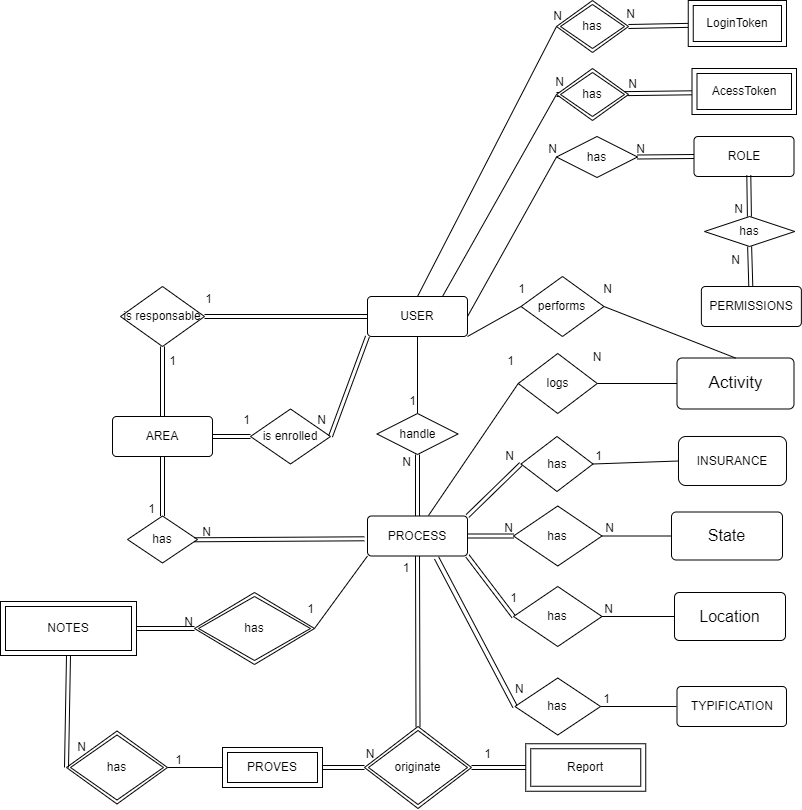
Before: Docs/fase-beta-relatorio/figures/modelo-ea-sem-atributos.png, a diagram exported from draw.io (Eduubez/IPW). Source tidied: cells renumbered, new cells last; positions are measured from the earlier drawing's top-left corner, leaving out a move shared by most shapes.
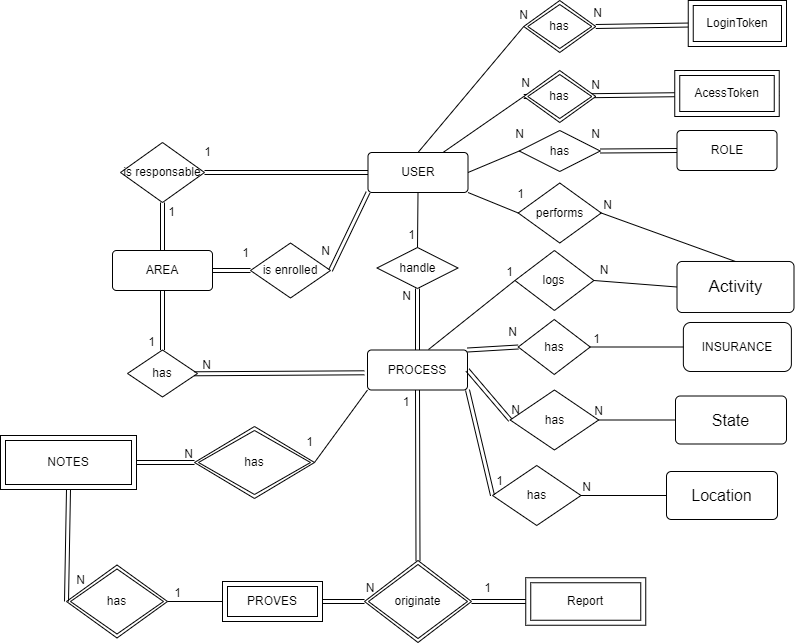
Later version of the same file.

What changed in the source:
```diff
@@ -3,10 +3,10 @@
     <mxCell id="0" />
     <mxCell id="1" parent="0" />
     <mxCell id="2" value="USER" style="rounded=1;arcSize=10;whiteSpace=wrap;html=1;align=center;" parent="1" vertex="1">
-      <mxGeometry x="367" y="296" width="100" height="40" as="geometry" />
+      <mxGeometry x="367.5" y="318" width="100" height="40" as="geometry" />
     </mxCell>
     <mxCell id="3" value="ROLE" style="rounded=1;arcSize=10;whiteSpace=wrap;html=1;align=center;" parent="1" vertex="1">
-      <mxGeometry x="693.5" y="136" width="100" height="40" as="geometry" />
+      <mxGeometry x="676.5" y="296" width="100" height="40" as="geometry" />
     </mxCell>
     <mxCell id="4" value="PROCESS" style="rounded=1;arcSize=10;whiteSpace=wrap;html=1;align=center;" parent="1" vertex="1">
       <mxGeometry x="367" y="515.5" width="100" height="40" as="geometry" />
@@ -18,7 +18,7 @@
       <mxGeometry x="222" y="747" width="100" height="40" as="geometry" />
     </mxCell>
     <mxCell id="7" value="has" style="shape=rhombus;perimeter=rhombusPerimeter;whiteSpace=wrap;html=1;align=center;" parent="1" vertex="1">
-      <mxGeometry x="556" y="136" width="81" height="41" as="geometry" />
+      <mxGeometry x="518.8" y="296" width="81" height="41" as="geometry" />
     </mxCell>
     <mxCell id="8" value="handle" style="shape=rhombus;perimeter=rhombusPerimeter;whiteSpace=wrap;html=1;align=center;" parent="1" vertex="1">
       <mxGeometry x="376.5" y="413" width="81" height="41" as="geometry" />
@@ -51,7 +51,9 @@
       <mxGeometry relative="1" as="geometry" />
     </mxCell>
     <mxCell id="18" value="N" style="html=1;whiteSpace=wrap;align=right;verticalAlign=bottom;" parent="17" vertex="1">
-      <mxGeometry x="1" relative="1" as="geometry" />
+      <mxGeometry x="1" relative="1" as="geometry">
+        <mxPoint x="11" y="-2" as="offset" />
+      </mxGeometry>
     </mxCell>
     <mxCell id="19" style="endArrow=none;html=1;rounded=0;exitX=0;exitY=0.5;exitDx=0;exitDy=0;entryX=1;entryY=0.5;entryDx=0;entryDy=0;" parent="1" edge="1" source="7" target="2">
       <mxGeometry relative="1" as="geometry" />
@@ -62,30 +64,6 @@
     <mxCell id="21" style="shape=link;html=1;rounded=0;exitX=0.5;exitY=1;exitDx=0;exitDy=0;entryX=0.5;entryY=0;entryDx=0;entryDy=0;" parent="1" edge="1" source="8" target="4">
       <mxGeometry relative="1" as="geometry" />
     </mxCell>
-    <mxCell id="22" value="TYPIFICATION" style="rounded=1;arcSize=10;whiteSpace=wrap;html=1;align=center;" parent="1" vertex="1">
-      <mxGeometry x="676.5" y="686" width="109.5" height="40" as="geometry" />
-    </mxCell>
-    <mxCell id="23" value="has" style="shape=rhombus;perimeter=rhombusPerimeter;whiteSpace=wrap;html=1;align=center;rotation=0;" parent="1" vertex="1">
-      <mxGeometry x="514.4" y="677.5" width="85.6" height="57" as="geometry" />
-    </mxCell>
-    <mxCell id="24" style="endArrow=none;html=1;rounded=0;exitX=1;exitY=0.5;exitDx=0;exitDy=0;" parent="1" edge="1" source="23">
-      <mxGeometry relative="1" as="geometry">
-        <mxPoint x="676" y="706" as="targetPoint" />
-      </mxGeometry>
-    </mxCell>
-    <mxCell id="25" value="1" style="html=1;whiteSpace=wrap;align=right;verticalAlign=bottom;" parent="24" vertex="1">
-      <mxGeometry x="1" relative="1" as="geometry">
-        <mxPoint x="-65" as="offset" />
-      </mxGeometry>
-    </mxCell>
-    <mxCell id="26" style="shape=link;html=1;rounded=0;entryX=0;entryY=0.5;entryDx=0;entryDy=0;width=-4.7368421052631575;exitX=1.001;exitY=0.147;exitDx=0;exitDy=0;exitPerimeter=0;" parent="1" edge="1" source="10" target="23">
-      <mxGeometry relative="1" as="geometry" />
-    </mxCell>
-    <mxCell id="27" value="N" style="html=1;whiteSpace=wrap;align=left;verticalAlign=bottom;" parent="26" vertex="1">
-      <mxGeometry x="-1" relative="1" as="geometry">
-        <mxPoint x="77" y="139" as="offset" />
-      </mxGeometry>
-    </mxCell>
     <mxCell id="28" style="shape=link;html=1;rounded=0;exitX=0.5;exitY=1;exitDx=0;exitDy=0;entryX=0.5;entryY=0;entryDx=0;entryDy=0;" parent="1" edge="1" source="20" target="29">
       <mxGeometry relative="1" as="geometry" />
     </mxCell>
@@ -93,7 +71,7 @@
       <mxGeometry x="127" y="515.5" width="70" height="47" as="geometry" />
     </mxCell>
     <mxCell id="30" value="is responsable" style="shape=rhombus;perimeter=rhombusPerimeter;whiteSpace=wrap;html=1;align=center;" parent="1" vertex="1">
-      <mxGeometry x="120" y="286" width="84" height="60" as="geometry" />
+      <mxGeometry x="120" y="308" width="84" height="60" as="geometry" />
     </mxCell>
     <mxCell id="31" style="shape=link;html=1;rounded=0;exitX=0.5;exitY=0;exitDx=0;exitDy=0;entryX=0.5;entryY=1;entryDx=0;entryDy=0;" parent="1" edge="1" source="20" target="30">
       <mxGeometry relative="1" as="geometry" />
@@ -104,23 +82,6 @@
     <mxCell id="33" value="originate" style="shape=rhombus;double=1;perimeter=rhombusPerimeter;whiteSpace=wrap;html=1;align=center;" parent="1" vertex="1">
       <mxGeometry x="364" y="726" width="107" height="82" as="geometry" />
     </mxCell>
-    <mxCell id="34" value="PERMISSIONS" style="rounded=1;arcSize=10;whiteSpace=wrap;html=1;align=center;" parent="1" vertex="1">
-      <mxGeometry x="700.9" y="286" width="100" height="40" as="geometry" />
-    </mxCell>
-    <mxCell id="35" value="has" style="shape=rhombus;perimeter=rhombusPerimeter;whiteSpace=wrap;html=1;align=center;" parent="1" vertex="1">
-      <mxGeometry x="704" y="216" width="90.2" height="30" as="geometry" />
-    </mxCell>
-    <mxCell id="36" style="shape=link;html=1;rounded=0;entryX=0.548;entryY=0.972;entryDx=0;entryDy=0;entryPerimeter=0;" parent="1" edge="1" source="35" target="3">
-      <mxGeometry relative="1" as="geometry" />
-    </mxCell>
-    <mxCell id="37" style="shape=link;html=1;rounded=0;entryX=0.5;entryY=1;entryDx=0;entryDy=0;" parent="1" edge="1" source="34" target="35">
-      <mxGeometry relative="1" as="geometry" />
-    </mxCell>
-    <mxCell id="38" value="N" style="html=1;whiteSpace=wrap;align=right;verticalAlign=bottom;" parent="37" vertex="1">
-      <mxGeometry x="1" relative="1" as="geometry">
-        <mxPoint x="-9" y="21" as="offset" />
-      </mxGeometry>
-    </mxCell>
     <mxCell id="39" value="is enrolled" style="shape=rhombus;perimeter=rhombusPerimeter;whiteSpace=wrap;html=1;align=center;" parent="1" vertex="1">
       <mxGeometry x="250" y="408.5" width="80" height="55" as="geometry" />
     </mxCell>
@@ -135,21 +96,21 @@
     </mxCell>
     <mxCell id="43" value="N" style="html=1;whiteSpace=wrap;align=right;verticalAlign=bottom;" parent="42" vertex="1">
       <mxGeometry x="1" relative="1" as="geometry">
-        <mxPoint x="-41" y="111" as="offset" />
+        <mxPoint x="-37" y="87" as="offset" />
       </mxGeometry>
     </mxCell>
     <mxCell id="44" value="INSURANCE" style="rounded=1;whiteSpace=wrap;html=1;" parent="1" vertex="1">
-      <mxGeometry x="678" y="436" width="108" height="49" as="geometry" />
+      <mxGeometry x="682.9" y="488" width="108" height="49" as="geometry" />
     </mxCell>
     <mxCell id="45" value="has" style="rhombus;whiteSpace=wrap;html=1;" parent="1" vertex="1">
-      <mxGeometry x="520.5" y="436" width="72" height="55" as="geometry" />
+      <mxGeometry x="517.8" y="485" width="72" height="55" as="geometry" />
     </mxCell>
     <mxCell id="46" style="shape=link;html=1;rounded=0;exitX=0;exitY=0.5;exitDx=0;exitDy=0;entryX=1;entryY=0;entryDx=0;entryDy=0;" parent="1" edge="1" source="45" target="4">
       <mxGeometry relative="1" as="geometry" />
     </mxCell>
     <mxCell id="47" value="N" style="html=1;whiteSpace=wrap;align=right;verticalAlign=bottom;" parent="46" vertex="1">
       <mxGeometry x="1" relative="1" as="geometry">
-        <mxPoint x="47" y="-52" as="offset" />
+        <mxPoint x="51" y="-10" as="offset" />
       </mxGeometry>
     </mxCell>
     <mxCell id="48" style="endArrow=none;html=1;rounded=0;exitX=0;exitY=0.5;exitDx=0;exitDy=0;entryX=1;entryY=0.5;entryDx=0;entryDy=0;" parent="1" edge="1" source="44" target="45">
@@ -202,13 +163,13 @@
       </mxGeometry>
     </mxCell>
     <mxCell id="61" value="&lt;font style=&quot;font-size: 17px;&quot;&gt;Activity&lt;/font&gt;" style="rounded=1;arcSize=10;whiteSpace=wrap;html=1;align=center;" parent="1" vertex="1">
-      <mxGeometry x="676.5" y="357.5" width="117" height="51" as="geometry" />
+      <mxGeometry x="676.5" y="427" width="117" height="51" as="geometry" />
     </mxCell>
     <mxCell id="62" value="performs" style="shape=rhombus;perimeter=rhombusPerimeter;whiteSpace=wrap;html=1;align=center;" parent="1" vertex="1">
-      <mxGeometry x="520.5" y="276" width="83" height="60" as="geometry" />
+      <mxGeometry x="517.8" y="348.5" width="83" height="60" as="geometry" />
     </mxCell>
     <mxCell id="63" value="logs" style="shape=rhombus;perimeter=rhombusPerimeter;whiteSpace=wrap;html=1;align=center;" parent="1" vertex="1">
-      <mxGeometry x="517.8" y="353" width="79" height="60" as="geometry" />
+      <mxGeometry x="514.4" y="416" width="79" height="60" as="geometry" />
     </mxCell>
     <mxCell id="64" style="endArrow=none;html=1;rounded=0;entryX=0;entryY=0.5;entryDx=0;entryDy=0;exitX=0.61;exitY=-0.012;exitDx=0;exitDy=0;exitPerimeter=0;" parent="1" edge="1" source="4" target="63">
       <mxGeometry relative="1" as="geometry" />
@@ -223,20 +184,20 @@
       <mxGeometry relative="1" as="geometry" />
     </mxCell>
     <mxCell id="68" value="N" style="text;html=1;whiteSpace=wrap;strokeColor=none;fillColor=none;align=center;verticalAlign=middle;rounded=0;" parent="1" vertex="1">
-      <mxGeometry x="580.5" y="346" width="32" height="22" as="geometry" />
+      <mxGeometry x="587.5" y="425" width="32" height="22" as="geometry" />
     </mxCell>
     <mxCell id="69" value="has" style="shape=rhombus;perimeter=rhombusPerimeter;whiteSpace=wrap;html=1;align=center;" parent="1" vertex="1">
-      <mxGeometry x="513" y="586" width="88.5" height="60" as="geometry" />
+      <mxGeometry x="492" y="631" width="88.5" height="60" as="geometry" />
     </mxCell>
     <mxCell id="70" value="&lt;font style=&quot;font-size: 16px;&quot;&gt;Location&lt;/font&gt;" style="rounded=1;arcSize=10;whiteSpace=wrap;html=1;align=center;" parent="1" vertex="1">
-      <mxGeometry x="674" y="592" width="111" height="48" as="geometry" />
+      <mxGeometry x="666" y="637" width="111" height="48" as="geometry" />
     </mxCell>
     <mxCell id="71" style="shape=link;html=1;rounded=0;exitX=1;exitY=1;exitDx=0;exitDy=0;entryX=0;entryY=0.5;entryDx=0;entryDy=0;" parent="1" edge="1" source="4" target="69">
       <mxGeometry relative="1" as="geometry" />
     </mxCell>
     <mxCell id="72" value="1" style="html=1;whiteSpace=wrap;align=right;verticalAlign=bottom;" parent="71" vertex="1">
       <mxGeometry x="1" relative="1" as="geometry">
-        <mxPoint x="5" y="-10" as="offset" />
+        <mxPoint x="12" y="-6" as="offset" />
       </mxGeometry>
     </mxCell>
     <mxCell id="73" style="endArrow=none;html=1;rounded=0;entryX=1;entryY=0.5;entryDx=0;entryDy=0;exitX=0;exitY=0.5;exitDx=0;exitDy=0;" parent="1" edge="1" source="70" target="69">
@@ -251,13 +212,13 @@
       <mxGeometry relative="1" as="geometry" />
     </mxCell>
     <mxCell id="76" value="N" style="html=1;whiteSpace=wrap;align=right;verticalAlign=bottom;" parent="1" vertex="1">
-      <mxGeometry x="614" y="535.5" as="geometry" />
+      <mxGeometry x="603.5" y="585.5" as="geometry" />
     </mxCell>
     <mxCell id="77" value="&lt;font style=&quot;font-size: 16px;&quot;&gt;State&lt;/font&gt;" style="rounded=1;arcSize=10;whiteSpace=wrap;html=1;align=center;" parent="1" vertex="1">
-      <mxGeometry x="671" y="511.5" width="111" height="48" as="geometry" />
+      <mxGeometry x="675" y="561.5" width="111" height="48" as="geometry" />
     </mxCell>
     <mxCell id="78" value="has" style="shape=rhombus;perimeter=rhombusPerimeter;whiteSpace=wrap;html=1;align=center;" parent="1" vertex="1">
-      <mxGeometry x="513" y="505.5" width="88.5" height="60" as="geometry" />
+      <mxGeometry x="509.7" y="555.5" width="88.5" height="60" as="geometry" />
     </mxCell>
     <mxCell id="79" style="shape=link;html=1;rounded=0;exitX=0.957;exitY=0.506;exitDx=0;exitDy=0;entryX=-0.032;entryY=0.57;entryDx=0;entryDy=0;exitPerimeter=0;entryPerimeter=0;" parent="1" edge="1" source="29" target="4">
       <mxGeometry relative="1" as="geometry" />
@@ -268,28 +229,25 @@
       </mxGeometry>
     </mxCell>
     <mxCell id="81" value="N" style="html=1;whiteSpace=wrap;align=right;verticalAlign=bottom;" parent="1" vertex="1">
-      <mxGeometry x="557.3" y="156" as="geometry" />
+      <mxGeometry x="525.3" y="308" as="geometry" />
     </mxCell>
     <mxCell id="82" value="N" style="html=1;whiteSpace=wrap;align=right;verticalAlign=bottom;" parent="1" vertex="1">
-      <mxGeometry x="645.3" y="156" as="geometry" />
+      <mxGeometry x="600.8" y="308" as="geometry" />
     </mxCell>
-    <mxCell id="83" value="N" style="html=1;whiteSpace=wrap;align=right;verticalAlign=bottom;" parent="1" vertex="1">
-      <mxGeometry x="743" y="216" as="geometry" />
-    </mxCell>
     <mxCell id="84" value="N" style="html=1;whiteSpace=wrap;align=right;verticalAlign=bottom;" parent="1" vertex="1">
-      <mxGeometry x="612.5" y="296" as="geometry" />
+      <mxGeometry x="612.5" y="378.5" as="geometry" />
     </mxCell>
     <mxCell id="85" value="1" style="html=1;whiteSpace=wrap;align=right;verticalAlign=bottom;" parent="1" vertex="1">
-      <mxGeometry x="525.3" y="296" as="geometry" />
+      <mxGeometry x="525.3" y="368" as="geometry" />
     </mxCell>
     <mxCell id="86" value="1" style="html=1;whiteSpace=wrap;align=right;verticalAlign=bottom;" parent="1" vertex="1">
-      <mxGeometry x="514.4" y="368" as="geometry" />
+      <mxGeometry x="514.4" y="446" as="geometry" />
     </mxCell>
     <mxCell id="87" value="1" style="html=1;whiteSpace=wrap;align=right;verticalAlign=bottom;" parent="1" vertex="1">
-      <mxGeometry x="212" y="306" as="geometry" />
+      <mxGeometry x="212" y="326" as="geometry" />
     </mxCell>
     <mxCell id="88" value="1" style="html=1;whiteSpace=wrap;align=right;verticalAlign=bottom;" parent="1" vertex="1">
-      <mxGeometry x="176" y="368" as="geometry" />
+      <mxGeometry x="176" y="386" as="geometry" />
     </mxCell>
     <mxCell id="89" value="1" style="html=1;whiteSpace=wrap;align=right;verticalAlign=bottom;" parent="1" vertex="1">
       <mxGeometry x="250" y="427" as="geometry" />
@@ -317,22 +275,22 @@
       </mxGeometry>
     </mxCell>
     <mxCell id="96" value="AcessToken" style="shape=ext;margin=3;double=1;whiteSpace=wrap;html=1;align=center;" parent="1" vertex="1">
-      <mxGeometry x="691.5" y="68" width="104.5" height="46" as="geometry" />
+      <mxGeometry x="674.2" y="236" width="104.5" height="46" as="geometry" />
     </mxCell>
     <mxCell id="97" value="LoginToken" style="shape=ext;margin=3;double=1;whiteSpace=wrap;html=1;align=center;" parent="1" vertex="1">
-      <mxGeometry x="687.8" width="98.2" height="46" as="geometry" />
+      <mxGeometry x="687.8" y="166" width="98.2" height="46" as="geometry" />
     </mxCell>
     <mxCell id="98" value="has" style="shape=rhombus;double=1;perimeter=rhombusPerimeter;whiteSpace=wrap;html=1;align=center;" parent="1" vertex="1">
-      <mxGeometry x="556" y="68" width="72" height="52" as="geometry" />
+      <mxGeometry x="523.2" y="236" width="72" height="52" as="geometry" />
     </mxCell>
     <mxCell id="99" value="has" style="shape=rhombus;double=1;perimeter=rhombusPerimeter;whiteSpace=wrap;html=1;align=center;" parent="1" vertex="1">
-      <mxGeometry x="556" width="72" height="52" as="geometry" />
+      <mxGeometry x="523.2" y="166" width="72" height="52" as="geometry" />
     </mxCell>
     <mxCell id="100" value="N" style="html=1;whiteSpace=wrap;align=right;verticalAlign=bottom;" parent="1" vertex="1">
-      <mxGeometry x="562" y="23" as="geometry" />
+      <mxGeometry x="529.2" y="189" as="geometry" />
     </mxCell>
     <mxCell id="101" value="N" style="html=1;whiteSpace=wrap;align=right;verticalAlign=bottom;" parent="1" vertex="1">
-      <mxGeometry x="637" y="91" as="geometry" />
+      <mxGeometry x="600.7" y="259" as="geometry" />
     </mxCell>
     <mxCell id="102" style="endArrow=none;html=1;rounded=0;exitX=0;exitY=0.5;exitDx=0;exitDy=0;entryX=0.75;entryY=0;entryDx=0;entryDy=0;" parent="1" edge="1" source="98" target="2">
       <mxGeometry relative="1" as="geometry" />
```
